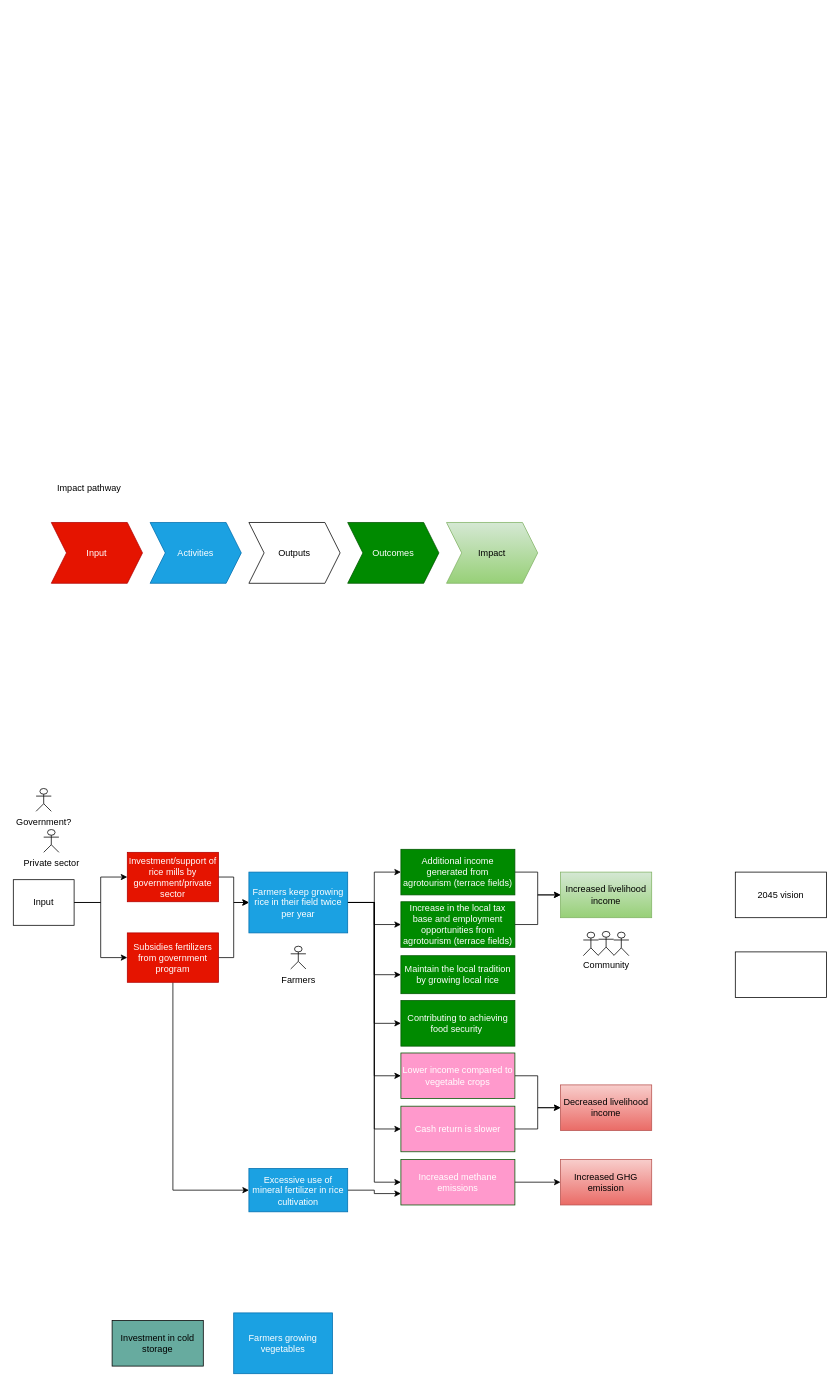
Above: page "Copy of Page-2" (4 of 7) of impact pathway.drawio in noviriasyifaunnafsi/transition-from-rice-to-vegetables (draw.io), before the change. Source tidied: cells renumbered, new cells numbered last; positions are measured from the earlier drawing's top-left corner, leaving out a move shared by most shapes. Both pictures are drawn from the tidied source at 76%, with x=0, y=0 at pixel (13, 477).
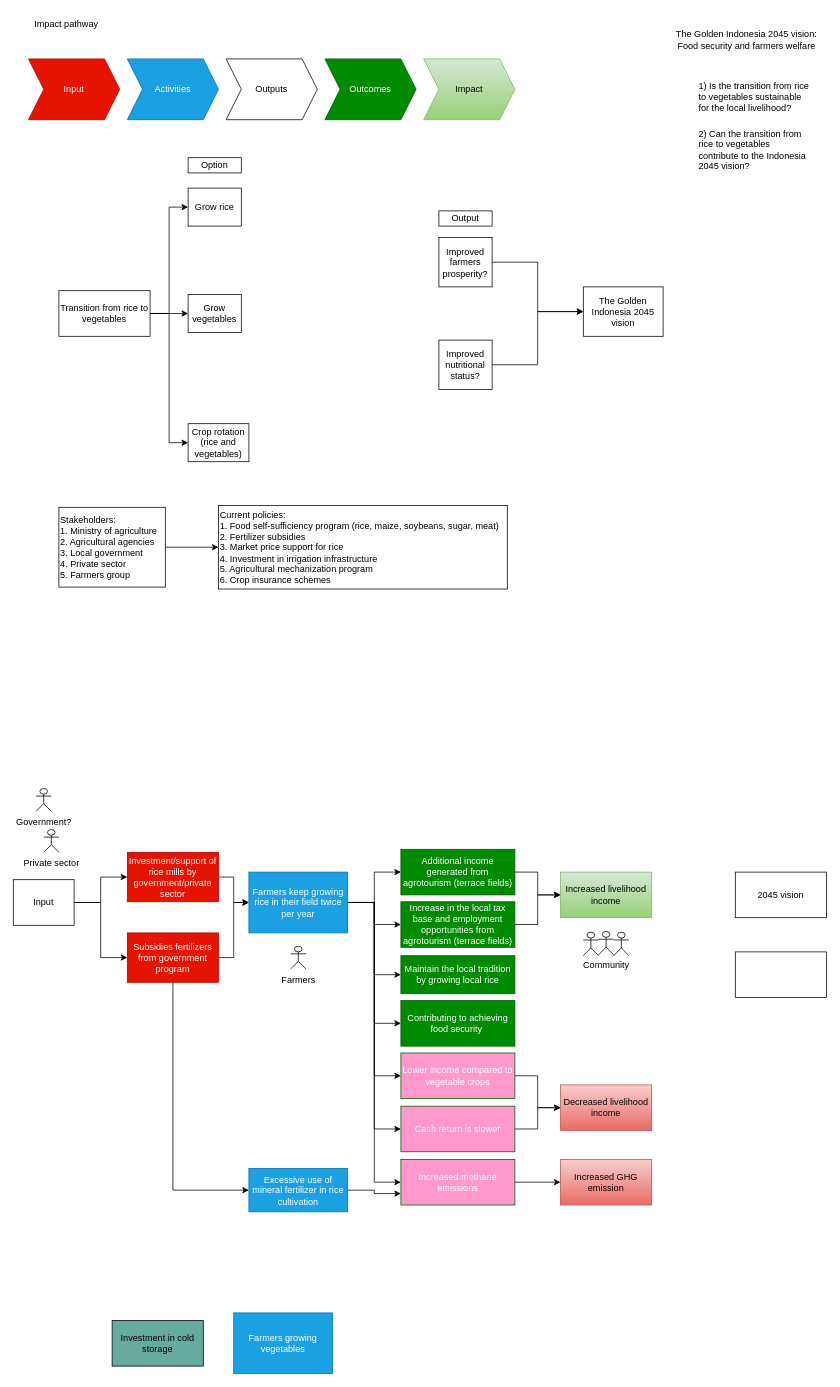
The same page after the edit.

The edit, as a diff of the source:
```diff
@@
     <mxCell id="43" value="Input" style="shape=step;perimeter=stepPerimeter;whiteSpace=wrap;html=1;fixedSize=1;fillColor=#e51400;fontColor=#ffffff;strokeColor=#B20000;" parent="1" vertex="1">
-      <mxGeometry x="50" y="60" width="120" height="80" as="geometry" />
+      <mxGeometry x="20" y="-550" width="120" height="80" as="geometry" />
     </mxCell>
     <mxCell id="44" value="Activities" style="shape=step;perimeter=stepPerimeter;whiteSpace=wrap;html=1;fixedSize=1;fillColor=#1ba1e2;fontColor=#ffffff;strokeColor=#006EAF;" parent="1" vertex="1">
-      <mxGeometry x="180" y="60" width="120" height="80" as="geometry" />
+      <mxGeometry x="150" y="-550" width="120" height="80" as="geometry" />
     </mxCell>
     <mxCell id="45" value="Outputs" style="shape=step;perimeter=stepPerimeter;whiteSpace=wrap;html=1;fixedSize=1;" parent="1" vertex="1">
-      <mxGeometry x="310" y="60" width="120" height="80" as="geometry" />
+      <mxGeometry x="280" y="-550" width="120" height="80" as="geometry" />
     </mxCell>
     <mxCell id="46" value="Outcomes" style="shape=step;perimeter=stepPerimeter;whiteSpace=wrap;html=1;fixedSize=1;fillColor=#008a00;fontColor=#ffffff;strokeColor=#005700;" parent="1" vertex="1">
-      <mxGeometry x="440" y="60" width="120" height="80" as="geometry" />
+      <mxGeometry x="410" y="-550" width="120" height="80" as="geometry" />
     </mxCell>
     <mxCell id="47" value="Impact" style="shape=step;perimeter=stepPerimeter;whiteSpace=wrap;html=1;fixedSize=1;fillColor=#d5e8d4;gradientColor=#97d077;strokeColor=#82b366;" parent="1" vertex="1">
-      <mxGeometry x="570" y="60" width="120" height="80" as="geometry" />
+      <mxGeometry x="540" y="-550" width="120" height="80" as="geometry" />
     </mxCell>
     <mxCell id="48" value="Impact pathway" style="text;html=1;strokeColor=none;fillColor=none;align=center;verticalAlign=middle;whiteSpace=wrap;rounded=0;" parent="1" vertex="1">
-      <mxGeometry x="40" width="120" height="30" as="geometry" />
+      <mxGeometry x="10" y="-610" width="120" height="30" as="geometry" />
     </mxCell>
@@
+    <mxCell id="51" value="1) Is the transition from rice to vegetables sustainable for the local livelihood?" style="text;html=1;strokeColor=none;fillColor=none;align=left;verticalAlign=middle;whiteSpace=wrap;rounded=0;" parent="1" vertex="1">
+      <mxGeometry x="900" y="-550" width="150" height="100" as="geometry" />
+    </mxCell>
+    <mxCell id="52" value="2) Can the transition from rice to vegetables contribute to the Indonesia 2045 vision?&amp;nbsp;" style="text;html=1;strokeColor=none;fillColor=none;align=left;verticalAlign=middle;whiteSpace=wrap;rounded=0;" parent="1" vertex="1">
+      <mxGeometry x="900" y="-480" width="150" height="100" as="geometry" />
+    </mxCell>
+    <mxCell id="53" value="The Golden Indonesia 2045 vision: Food security and farmers welfare" style="text;html=1;strokeColor=none;fillColor=none;align=center;verticalAlign=middle;whiteSpace=wrap;rounded=0;" parent="1" vertex="1">
+      <mxGeometry x="870" y="-610" width="190" height="70" as="geometry" />
+    </mxCell>
+    <mxCell id="54" style="edgeStyle=orthogonalEdgeStyle;rounded=0;jettySize=auto;html=1;exitX=1;exitY=0.5;exitDx=0;exitDy=0;entryX=0;entryY=0.5;entryDx=0;entryDy=0;" parent="1" edge="1" source="57" target="58">
+      <mxGeometry relative="1" as="geometry" />
+    </mxCell>
+    <mxCell id="55" style="edgeStyle=orthogonalEdgeStyle;rounded=0;jettySize=auto;html=1;exitX=1;exitY=0.5;exitDx=0;exitDy=0;entryX=0;entryY=0.5;entryDx=0;entryDy=0;" parent="1" edge="1" source="57" target="59">
+      <mxGeometry relative="1" as="geometry" />
+    </mxCell>
+    <mxCell id="56" style="edgeStyle=orthogonalEdgeStyle;rounded=0;jettySize=auto;html=1;exitX=1;exitY=0.5;exitDx=0;exitDy=0;entryX=0;entryY=0.5;entryDx=0;entryDy=0;" parent="1" edge="1" source="57" target="64">
+      <mxGeometry relative="1" as="geometry" />
+    </mxCell>
+    <mxCell id="57" value="Transition from rice to vegetables" style="rounded=0;whiteSpace=wrap;html=1;" parent="1" vertex="1">
+      <mxGeometry x="60" y="-245" width="120" height="60" as="geometry" />
+    </mxCell>
+    <mxCell id="58" value="Grow rice" style="rounded=0;whiteSpace=wrap;html=1;" parent="1" vertex="1">
+      <mxGeometry x="230" y="-380" width="70" height="50" as="geometry" />
+    </mxCell>
+    <mxCell id="59" value="Grow vegetables" style="rounded=0;whiteSpace=wrap;html=1;" parent="1" vertex="1">
+      <mxGeometry x="230" y="-240" width="70" height="50" as="geometry" />
+    </mxCell>
+    <mxCell id="60" style="edgeStyle=orthogonalEdgeStyle;rounded=0;jettySize=auto;html=1;exitX=1;exitY=0.5;exitDx=0;exitDy=0;entryX=0;entryY=0.5;entryDx=0;entryDy=0;" parent="1" edge="1" source="61" target="65">
+      <mxGeometry relative="1" as="geometry" />
+    </mxCell>
+    <mxCell id="61" value="Improved nutritional status?" style="rounded=0;whiteSpace=wrap;html=1;" parent="1" vertex="1">
+      <mxGeometry x="560" y="-180" width="70" height="65" as="geometry" />
+    </mxCell>
+    <mxCell id="62" style="edgeStyle=orthogonalEdgeStyle;rounded=0;jettySize=auto;html=1;exitX=1;exitY=0.5;exitDx=0;exitDy=0;entryX=0;entryY=0.5;entryDx=0;entryDy=0;" parent="1" edge="1" source="63" target="65">
+      <mxGeometry relative="1" as="geometry" />
+    </mxCell>
+    <mxCell id="63" value="Improved farmers prosperity?" style="rounded=0;whiteSpace=wrap;html=1;" parent="1" vertex="1">
+      <mxGeometry x="560" y="-315" width="70" height="65" as="geometry" />
+    </mxCell>
+    <mxCell id="64" value="Crop rotation (rice and vegetables)" style="rounded=0;whiteSpace=wrap;html=1;" parent="1" vertex="1">
+      <mxGeometry x="230" y="-70" width="80" height="50" as="geometry" />
+    </mxCell>
+    <mxCell id="65" value="The Golden Indonesia 2045 vision" style="rounded=0;whiteSpace=wrap;html=1;" parent="1" vertex="1">
+      <mxGeometry x="750" y="-250" width="105" height="65" as="geometry" />
+    </mxCell>
+    <mxCell id="66" value="&lt;div style=&quot;&quot;&gt;Current policies:&lt;/div&gt;&lt;div style=&quot;&quot;&gt;1. Food self-sufficiency program (rice, maize, soybeans, sugar, meat)&lt;/div&gt;&lt;div style=&quot;&quot;&gt;2. Fertilizer subsidies&lt;/div&gt;&lt;div style=&quot;&quot;&gt;3. Market price support for rice&lt;/div&gt;&lt;div style=&quot;&quot;&gt;4. Investment in irrigation infrastructure&lt;/div&gt;&lt;div style=&quot;&quot;&gt;5. Agricultural mechanization program&lt;/div&gt;&lt;div style=&quot;&quot;&gt;6. Crop insurance schemes&lt;/div&gt;" style="rounded=0;whiteSpace=wrap;html=1;align=left;" parent="1" vertex="1">
+      <mxGeometry x="270" y="37.5" width="380" height="110" as="geometry" />
+    </mxCell>
+    <mxCell id="67" style="edgeStyle=orthogonalEdgeStyle;rounded=0;jettySize=auto;html=1;exitX=1;exitY=0.5;exitDx=0;exitDy=0;entryX=0;entryY=0.5;entryDx=0;entryDy=0;" parent="1" edge="1" source="68" target="66">
+      <mxGeometry relative="1" as="geometry" />
+    </mxCell>
+    <mxCell id="68" value="Stakeholders:&lt;br&gt;1. Ministry of agriculture&lt;br&gt;2. Agricultural agencies&lt;br&gt;3. Local government&lt;br&gt;4. Private sector&lt;br&gt;5. Farmers group" style="rounded=0;whiteSpace=wrap;html=1;align=left;" parent="1" vertex="1">
+      <mxGeometry x="60" y="40" width="140" height="105" as="geometry" />
+    </mxCell>
+    <mxCell id="69" value="Option" style="whiteSpace=wrap;html=1;" parent="1" vertex="1">
+      <mxGeometry x="230" y="-420" width="70" height="20" as="geometry" />
+    </mxCell>
+    <mxCell id="70" value="Output" style="whiteSpace=wrap;html=1;" parent="1" vertex="1">
+      <mxGeometry x="560" y="-350" width="70" height="20" as="geometry" />
+    </mxCell>
```
